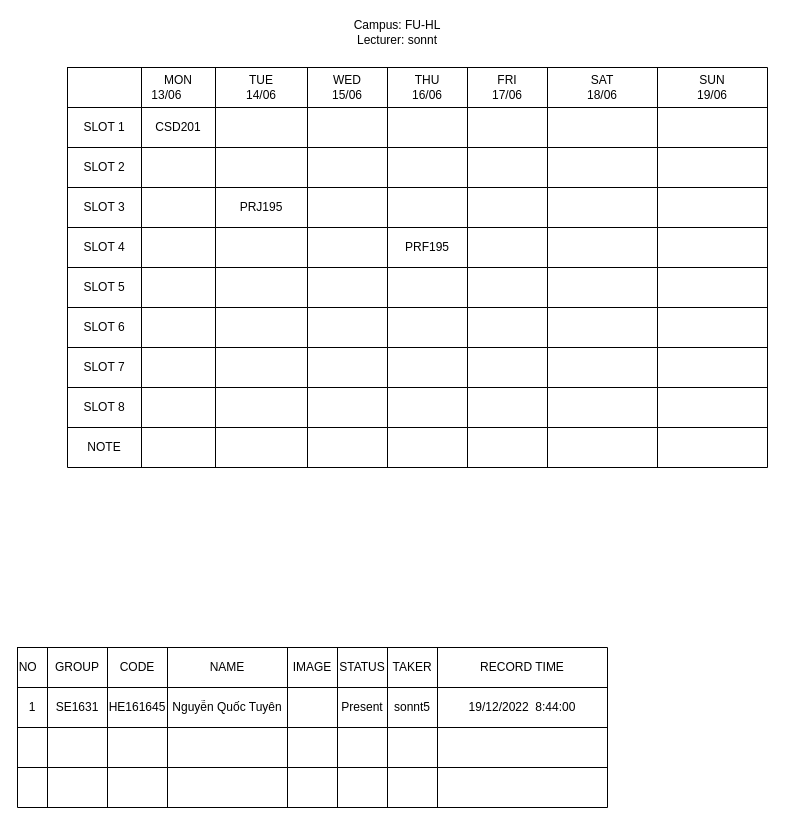
The draw.io diagram Untitled Diagram.drawio in tuyennqhe161645/PRJ301-Assignment, before the edit. Source tidied: cells renumbered, new cells numbered last; positions are measured from the earlier drawing's top-left corner, leaving out a move shared by most shapes. Both pictures are drawn from the tidied source at 100%, with x=0, y=0 at pixel (17, 17).
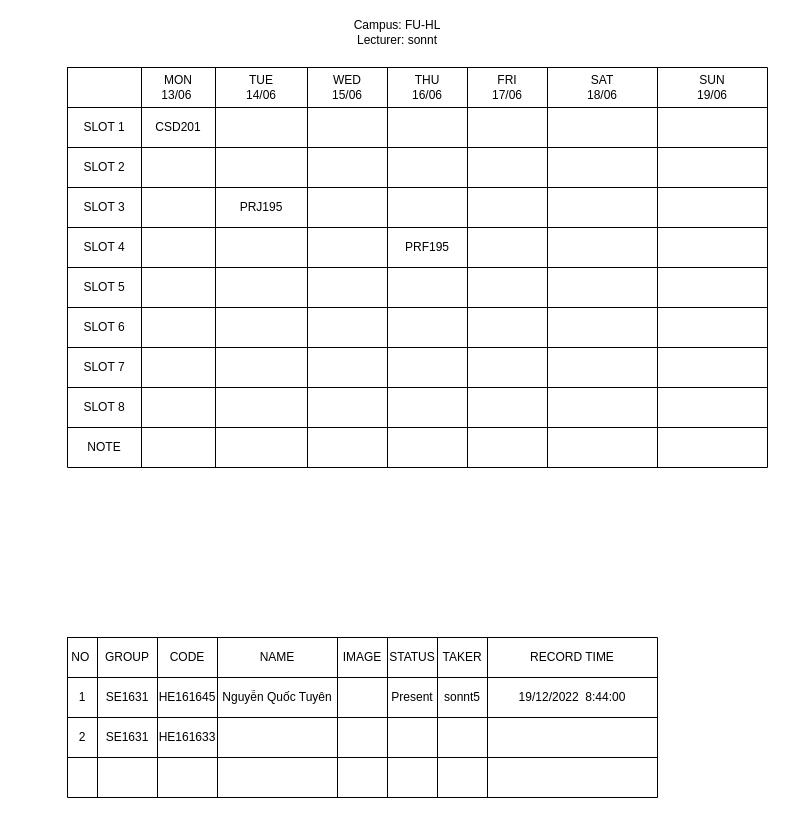
The same page after the edit.

Unchanged cells that the change refers to:
```xml
<mxCell id="3" style="shape=tableRow;horizontal=0;startSize=0;swimlaneHead=0;swimlaneBody=0;top=0;left=0;bottom=0;right=0;fillColor=none;" parent="2" vertex="1">
  <mxGeometry width="700" height="40" as="geometry" />
</mxCell>
<mxCell id="94" style="shape=tableRow;horizontal=0;startSize=0;swimlaneHead=0;swimlaneBody=0;top=0;left=0;bottom=0;right=0;fillColor=none;" parent="93" vertex="1">
  <mxGeometry width="590" height="40" as="geometry" />
</mxCell>
<mxCell id="112" style="shape=tableRow;horizontal=0;startSize=0;swimlaneHead=0;swimlaneBody=0;top=0;left=0;bottom=0;right=0;fillColor=none;" parent="93" vertex="1">
  <mxGeometry y="80" width="590" height="40" as="geometry" />
</mxCell>
```

What changed in the source:
```diff
@@
-    <mxCell id="5" value="MON&lt;br&gt;13/06&lt;span style=&quot;white-space: pre;&quot;&gt;&#9;&lt;/span&gt;" style="shape=partialRectangle;html=1;whiteSpace=wrap;overflow=hidden;fillColor=none;top=0;left=0;bottom=0;right=0;" parent="3" vertex="1">
+    <mxCell id="5" value="MON&lt;br&gt;13/06&lt;span style=&quot;white-space: pre;&quot;&gt; &lt;/span&gt;" style="shape=partialRectangle;html=1;whiteSpace=wrap;overflow=hidden;fillColor=none;top=0;left=0;bottom=0;right=0;" parent="3" vertex="1">
       <mxGeometry x="74" width="74" height="40" as="geometry" />
     </mxCell>
@@
     <mxCell id="93" style="shape=table;startSize=0;childLayout=tableLayout;" parent="1" vertex="1">
-      <mxGeometry y="630" width="590" height="160" as="geometry" />
+      <mxGeometry x="50" y="620" width="590" height="160" as="geometry" />
     </mxCell>
@@
-    <mxCell id="95" value="NO&lt;span style=&quot;white-space: pre;&quot;&gt;&#9;&lt;/span&gt;" style="shape=partialRectangle;html=1;whiteSpace=wrap;overflow=hidden;fillColor=none;top=0;left=0;bottom=0;right=0;" parent="94" vertex="1">
+    <mxCell id="95" value="NO&lt;span style=&quot;white-space: pre;&quot;&gt; &lt;/span&gt;" style="shape=partialRectangle;html=1;whiteSpace=wrap;overflow=hidden;fillColor=none;top=0;left=0;bottom=0;right=0;" parent="94" vertex="1">
       <mxGeometry width="30" height="40" as="geometry" />
     </mxCell>
@@
-    <mxCell id="113" style="shape=partialRectangle;html=1;whiteSpace=wrap;overflow=hidden;fillColor=none;top=0;left=0;bottom=0;right=0;" parent="112" vertex="1">
+    <mxCell id="113" value="2" style="shape=partialRectangle;html=1;whiteSpace=wrap;overflow=hidden;fillColor=none;top=0;left=0;bottom=0;right=0;" parent="112" vertex="1">
       <mxGeometry width="30" height="40" as="geometry" />
     </mxCell>
-    <mxCell id="114" style="shape=partialRectangle;html=1;whiteSpace=wrap;overflow=hidden;fillColor=none;top=0;left=0;bottom=0;right=0;" parent="112" vertex="1">
+    <mxCell id="114" value="SE1631" style="shape=partialRectangle;html=1;whiteSpace=wrap;overflow=hidden;fillColor=none;top=0;left=0;bottom=0;right=0;" parent="112" vertex="1">
       <mxGeometry x="30" width="60" height="40" as="geometry" />
     </mxCell>
-    <mxCell id="115" style="shape=partialRectangle;html=1;whiteSpace=wrap;overflow=hidden;fillColor=none;top=0;left=0;bottom=0;right=0;" parent="112" vertex="1">
+    <mxCell id="115" value="HE161633" style="shape=partialRectangle;html=1;whiteSpace=wrap;overflow=hidden;fillColor=none;top=0;left=0;bottom=0;right=0;" parent="112" vertex="1">
       <mxGeometry x="90" width="60" height="40" as="geometry" />
     </mxCell>
```
